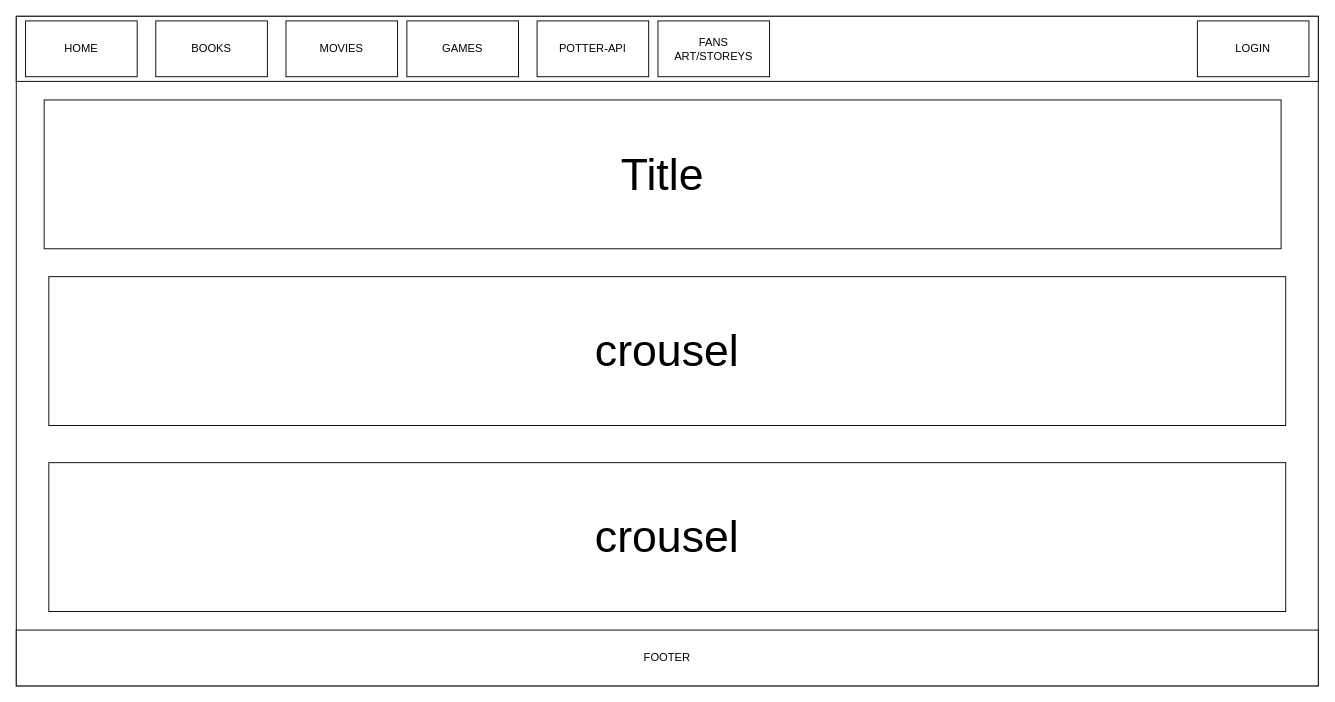
Earlier version of the draw.io diagram page "HOME" (1 of 6) of pseudo/Mock site.drawio (t-bendet/potter-front-end-react). Source tidied: cells renumbered, new cells numbered last; positions are measured from the earlier drawing's top-left corner, leaving out a move shared by most shapes. Both pictures are drawn from the tidied source at 93%, with x=0, y=0 at pixel (16, 16).
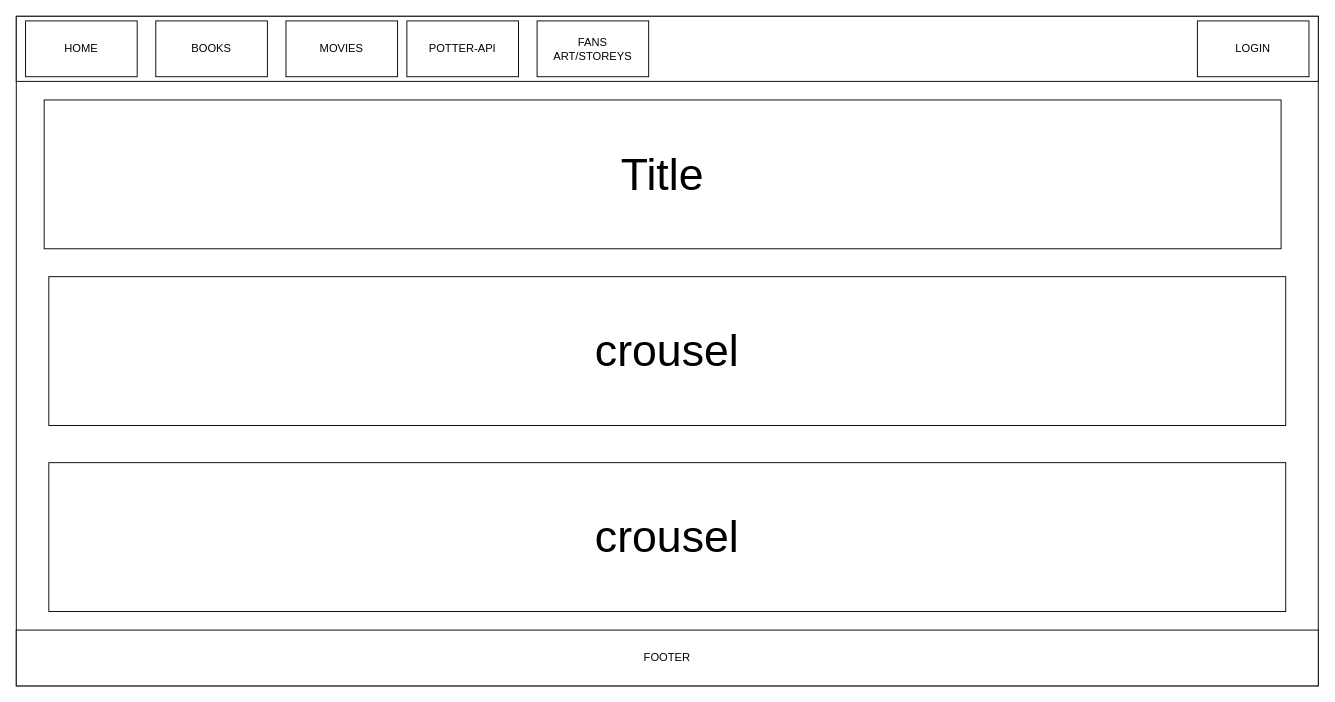
The same diagram, later.

Diff of the diagram source:
```diff
@@
 <mxGraphModel>
   <root>
     <mxCell id="0" />
     <mxCell id="1" parent="0" />
     <mxCell id="2" style="rounded=0;whiteSpace=wrap;html=1;" parent="1" vertex="1">
       <mxGeometry width="1400" height="720" as="geometry" />
     </mxCell>
     <mxCell id="3" style="rounded=0;whiteSpace=wrap;html=1;" parent="1" vertex="1">
       <mxGeometry width="1400" height="70" as="geometry" />
     </mxCell>
     <mxCell id="4" value="HOME&lt;br&gt;" style="rounded=0;whiteSpace=wrap;html=1;" parent="1" vertex="1">
       <mxGeometry x="10" y="5" width="120" height="60" as="geometry" />
     </mxCell>
     <mxCell id="5" value="BOOKS" style="rounded=0;whiteSpace=wrap;html=1;" parent="1" vertex="1">
       <mxGeometry x="150" y="5" width="120" height="60" as="geometry" />
     </mxCell>
-    <mxCell id="6" value="GAMES&lt;br&gt;" style="rounded=0;whiteSpace=wrap;html=1;" parent="1" vertex="1">
-      <mxGeometry x="420" y="5" width="120" height="60" as="geometry" />
-    </mxCell>
     <mxCell id="7" value="MOVIES&lt;br&gt;" style="rounded=0;whiteSpace=wrap;html=1;" parent="1" vertex="1">
       <mxGeometry x="290" y="5" width="120" height="60" as="geometry" />
     </mxCell>
     <mxCell id="8" value="FANS ART/STOREYS" style="rounded=0;whiteSpace=wrap;html=1;" parent="1" vertex="1">
-      <mxGeometry x="690" y="5" width="120" height="60" as="geometry" />
+      <mxGeometry x="560" y="5" width="120" height="60" as="geometry" />
     </mxCell>
     <mxCell id="9" value="POTTER-API" style="rounded=0;whiteSpace=wrap;html=1;" parent="1" vertex="1">
-      <mxGeometry x="560" y="5" width="120" height="60" as="geometry" />
+      <mxGeometry x="420" y="5" width="120" height="60" as="geometry" />
     </mxCell>
     <mxCell id="10" value="LOGIN" style="rounded=0;whiteSpace=wrap;html=1;" parent="1" vertex="1">
       <mxGeometry x="1270" y="5" width="120" height="60" as="geometry" />
     </mxCell>
     <mxCell id="11" value="&lt;font style=&quot;font-size: 48px&quot;&gt;Title&lt;/font&gt;" style="rounded=0;whiteSpace=wrap;html=1;" parent="1" vertex="1">
       <mxGeometry x="30" y="90" width="1330" height="160" as="geometry" />
     </mxCell>
     <mxCell id="12" value="FOOTER" style="rounded=0;whiteSpace=wrap;html=1;" parent="1" vertex="1">
       <mxGeometry y="660" width="1400" height="60" as="geometry" />
     </mxCell>
     <mxCell id="13" value="&lt;font style=&quot;font-size: 48px&quot;&gt;crousel&lt;/font&gt;" style="rounded=0;whiteSpace=wrap;html=1;" parent="1" vertex="1">
       <mxGeometry x="35" y="280" width="1330" height="160" as="geometry" />
     </mxCell>
     <mxCell id="14" value="&lt;span style=&quot;font-size: 48px&quot;&gt;crousel&lt;/span&gt;" style="rounded=0;whiteSpace=wrap;html=1;" parent="1" vertex="1">
       <mxGeometry x="35" y="480" width="1330" height="160" as="geometry" />
     </mxCell>
   </root>
 </mxGraphModel>
```
